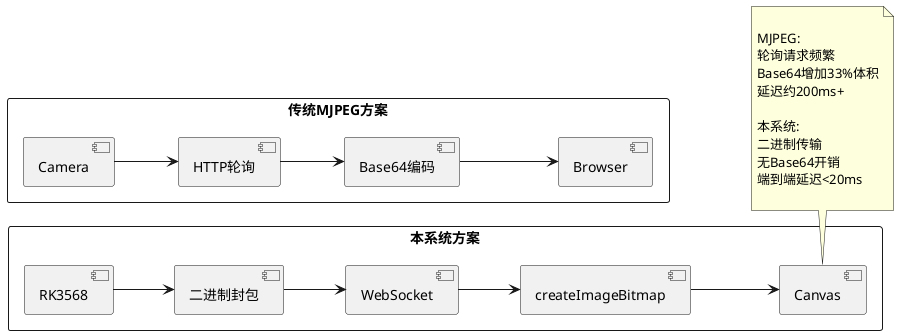
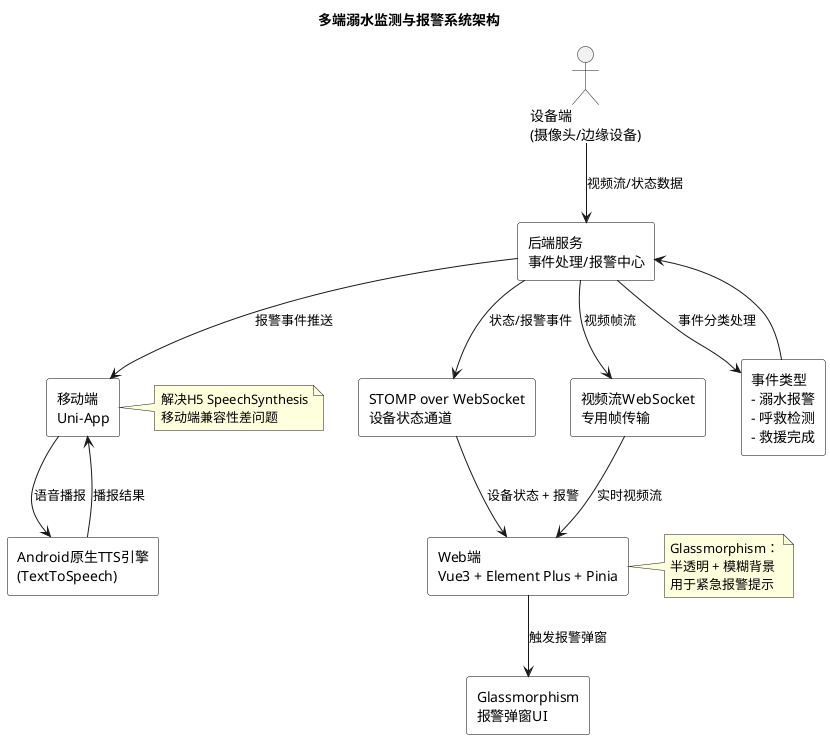
@startuml
+ title 多端溺水监测与报警系统架构

- left to right direction
- 
- rectangle "传统MJPEG方案" {
- 
-     [Camera]
-     [HTTP轮询]
-     [Base64编码]
-     [Browser]
- 
-     Camera --> HTTP轮询
-     HTTP轮询 --> Base64编码
-     Base64编码 --> Browser
+ skinparam rectangle {
+   BackgroundColor White
+   BorderColor Black
}

- rectangle "本系统方案" {
+ actor "设备端\n(摄像头/边缘设备)" as Device

-     [RK3568]
-     [二进制封包]
-     [WebSocket]
-     [createImageBitmap]
-     [Canvas]
+ rectangle "Web端\nVue3 + Element Plus + Pinia" as Web
+ rectangle "移动端\nUni-App" as Mobile

-     RK3568 --> 二进制封包
-     二进制封包 --> WebSocket
-     WebSocket --> createImageBitmap
-     createImageBitmap --> Canvas
- }
+ rectangle "后端服务\n事件处理/报警中心" as Backend

- note bottom
+ rectangle "STOMP over WebSocket\n设备状态通道" as WS1
+ rectangle "视频流WebSocket\n专用帧传输" as WS2

- MJPEG:
- 轮询请求频繁
- Base64增加33%体积
- 延迟约200ms+
+ rectangle "Glassmorphism\n报警弹窗UI" as UI

- 本系统:
- 二进制传输
- 无Base64开销
- 端到端延迟<20ms
+ rectangle "Android原生TTS引擎\n(TextToSpeech)" as TTS

+ rectangle "事件类型\n- 溺水报警\n- 呼救检测\n- 救援完成" as Event
+ 
+ Device --> Backend : 视频流/状态数据
+ 
+ Backend --> WS1 : 状态/报警事件
+ Backend --> WS2 : 视频帧流
+ 
+ WS1 --> Web : 设备状态 + 报警
+ WS2 --> Web : 实时视频流
+ 
+ Web --> UI : 触发报警弹窗
+ 
+ Backend --> Mobile : 报警事件推送
+ 
+ Mobile --> TTS : 语音播报
+ TTS --> Mobile : 播报结果
+ 
+ Backend --> Event : 事件分类处理
+ Event --> Backend
+ 
+ note right of Web
+ Glassmorphism：
+ 半透明 + 模糊背景
+ 用于紧急报警提示
+ end note
+ 
+ note right of Mobile
+ 解决H5 SpeechSynthesis
+ 移动端兼容性差问题
end note

@enduml